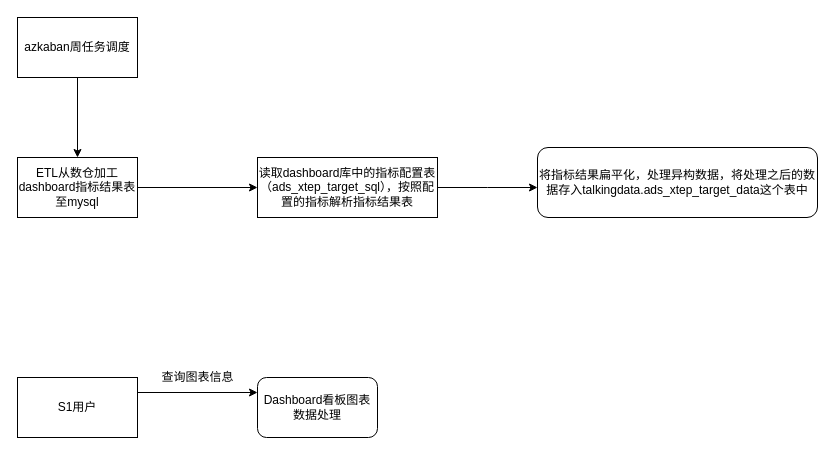
This is 未命名绘图.drawio from DThadch/draw, a draw.io file, before an edit. Source tidied: cells renumbered, new cells numbered last; positions are measured from the earlier drawing's top-left corner, leaving out a move shared by most shapes. Both pictures are drawn from the tidied source at 100%, with x=0, y=0 at pixel (17, 17).
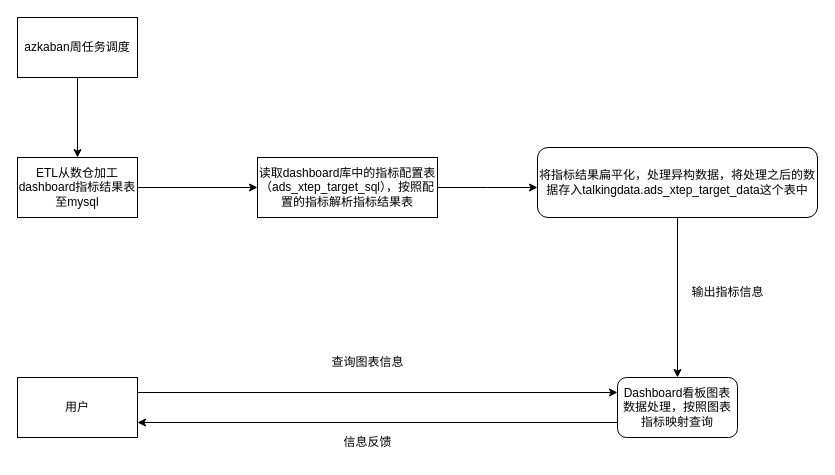
The same page after the edit.

What changed in the source:
```diff
@@
 <mxGraphModel>
   <root>
     <mxCell id="0" />
     <mxCell id="1" parent="0" />
     <mxCell id="2" style="edgeStyle=orthogonalEdgeStyle;rounded=0;jettySize=auto;html=1;exitX=1;exitY=0.5;exitDx=0;exitDy=0;entryX=0;entryY=0.5;entryDx=0;entryDy=0;" parent="1" edge="1" source="3" target="5">
       <mxGeometry relative="1" as="geometry" />
     </mxCell>
     <mxCell id="3" value="ETL从数仓加工dashboard指标结果表至mysql" style="rounded=0;whiteSpace=wrap;html=1;" parent="1" vertex="1">
       <mxGeometry y="140" width="120" height="60" as="geometry" />
     </mxCell>
     <mxCell id="4" style="edgeStyle=orthogonalEdgeStyle;rounded=0;jettySize=auto;html=1;exitX=1;exitY=0.5;exitDx=0;exitDy=0;entryX=0;entryY=0.5;entryDx=0;entryDy=0;" parent="1" edge="1" source="5">
       <mxGeometry relative="1" as="geometry">
         <mxPoint x="520" y="170" as="targetPoint" />
       </mxGeometry>
     </mxCell>
     <mxCell id="5" value="读取dashboard库中的指标配置表（ads_xtep_target_sql），按照配置的指标解析指标结果表" style="rounded=0;whiteSpace=wrap;html=1;" parent="1" vertex="1">
       <mxGeometry x="240" y="140" width="180" height="60" as="geometry" />
     </mxCell>
     <mxCell id="6" style="edgeStyle=orthogonalEdgeStyle;rounded=0;jettySize=auto;html=1;exitX=0.5;exitY=1;exitDx=0;exitDy=0;" parent="1" edge="1" source="7" target="3">
       <mxGeometry relative="1" as="geometry" />
     </mxCell>
     <mxCell id="7" value="azkaban周任务调度" style="rounded=0;whiteSpace=wrap;html=1;" parent="1" vertex="1">
       <mxGeometry width="120" height="60" as="geometry" />
     </mxCell>
     <mxCell id="8" style="edgeStyle=orthogonalEdgeStyle;rounded=0;jettySize=auto;html=1;exitX=1;exitY=0.25;exitDx=0;exitDy=0;entryX=0;entryY=0.25;entryDx=0;entryDy=0;" parent="1" edge="1" source="9" target="10">
       <mxGeometry relative="1" as="geometry" />
     </mxCell>
-    <mxCell id="9" value="S1用户" style="rounded=0;whiteSpace=wrap;html=1;" parent="1" vertex="1">
+    <mxCell id="9" value="用户" style="rounded=0;whiteSpace=wrap;html=1;" parent="1" vertex="1">
       <mxGeometry y="360" width="120" height="60" as="geometry" />
     </mxCell>
+    <mxCell id="13" style="edgeStyle=orthogonalEdgeStyle;rounded=0;jettySize=auto;html=1;exitX=0;exitY=0.75;exitDx=0;exitDy=0;entryX=1;entryY=0.75;entryDx=0;entryDy=0;" parent="1" edge="1" source="10" target="9">
+      <mxGeometry relative="1" as="geometry" />
+    </mxCell>
-    <mxCell id="10" value="Dashboard看板图表数据处理" style="rounded=1;whiteSpace=wrap;html=1;" parent="1" vertex="1">
-      <mxGeometry x="240" y="360" width="120" height="60" as="geometry" />
+    <mxCell id="10" value="Dashboard看板图表数据处理，按照图表指标映射查询" style="rounded=1;whiteSpace=wrap;html=1;" parent="1" vertex="1">
+      <mxGeometry x="600" y="360" width="120" height="60" as="geometry" />
     </mxCell>
     <mxCell id="11" value="查询图表信息" style="text;html=1;align=center;verticalAlign=middle;strokeColor=none;fillColor=none;" parent="1" vertex="1">
-      <mxGeometry x="130" y="345" width="100" height="30" as="geometry" />
+      <mxGeometry x="300" y="330" width="100" height="30" as="geometry" />
     </mxCell>
+    <mxCell id="14" style="edgeStyle=orthogonalEdgeStyle;rounded=0;jettySize=auto;html=1;exitX=0.5;exitY=1;exitDx=0;exitDy=0;" parent="1" edge="1" source="12" target="10">
+      <mxGeometry relative="1" as="geometry" />
+    </mxCell>
     <mxCell id="12" value="将指标结果扁平化，处理异构数据，将处理之后的数据存入talkingdata.ads_xtep_target_data这个表中" style="rounded=1;whiteSpace=wrap;html=1;" parent="1" vertex="1">
       <mxGeometry x="520" y="130" width="280" height="70" as="geometry" />
     </mxCell>
+    <mxCell id="15" value="输出指标信息" style="text;html=1;align=center;verticalAlign=middle;strokeColor=none;fillColor=none;" parent="1" vertex="1">
+      <mxGeometry x="660" y="260" width="100" height="30" as="geometry" />
+    </mxCell>
+    <mxCell id="16" value="信息反馈" style="text;html=1;align=center;verticalAlign=middle;strokeColor=none;fillColor=none;" parent="1" vertex="1">
+      <mxGeometry x="315" y="410" width="70" height="30" as="geometry" />
+    </mxCell>
   </root>
 </mxGraphModel>
```
